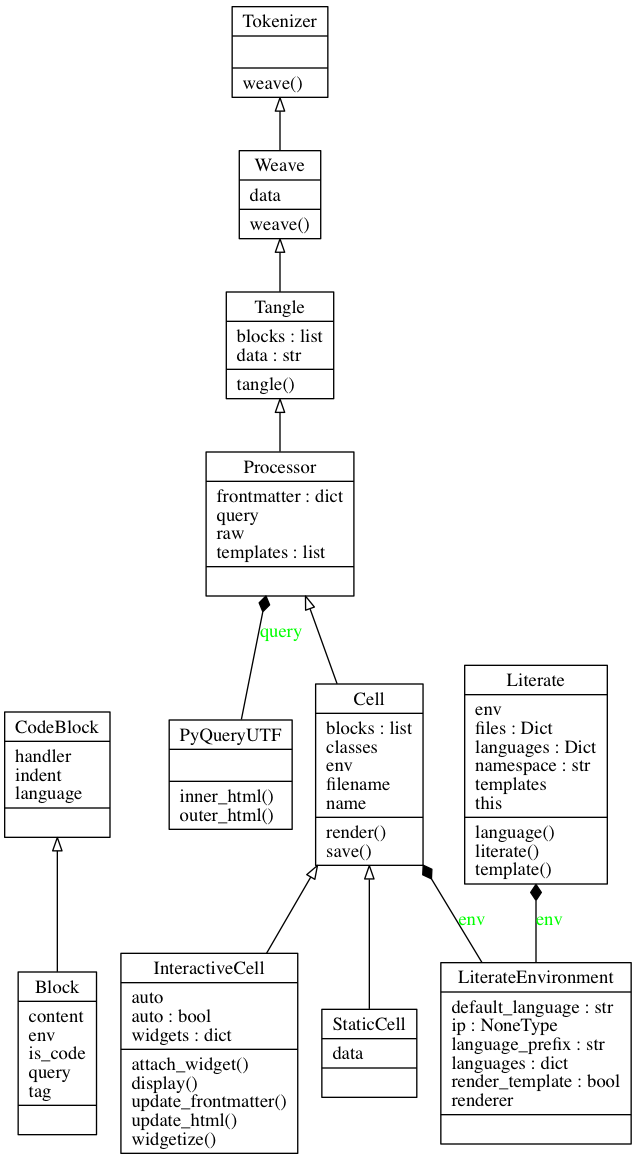
The Graphviz diagram stories/classes_literacy.png in tonyfast/markdownmagic, before a commit. Its source is kept beside it as stories/classes_literacy.dot.
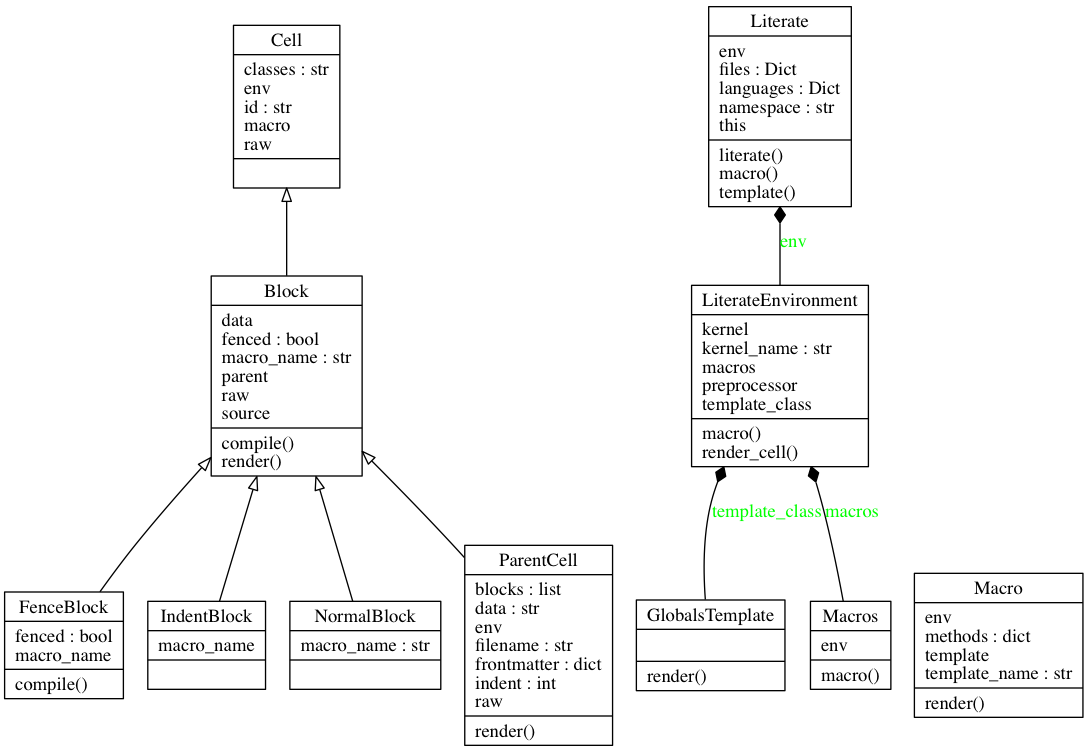
The same file after the commit.

What changed in the source:
```diff
@@ -1,26 +1,24 @@
 digraph "classes_literacy" {
 charset="utf-8"
 rankdir=BT
-"0" [label="{Block|content\lenv\lis_code\lquery\ltag\l|}", shape="record"];
-"1" [label="{Cell|blocks : list\lclasses\lenv\lfilename\lname\l|render()\lsave()\l}", shape="record"];
-"2" [label="{CodeBlock|handler\lindent\llanguage\l|}", shape="record"];
-"3" [label="{InteractiveCell|auto\lauto : bool\lwidgets : dict\l|attach_widget()\ldisplay()\lupdate_frontmatter()\lupdate_html()\lwidgetize()\l}", shape="record"];
-"4" [label="{Literate|env\lfiles : Dict\llanguages : Dict\lnamespace : str\ltemplates\lthis\l|language()\lliterate()\ltemplate()\l}", shape="record"];
-"5" [label="{LiterateEnvironment|default_language : str\lip : NoneType\llanguage_prefix : str\llanguages : dict\lrender_template : bool\lrenderer\l|}", shape="record"];
-"6" [label="{Processor|frontmatter : dict\lquery\lraw\ltemplates : list\l|}", shape="record"];
-"7" [label="{PyQueryUTF|\l|inner_html()\louter_html()\l}", shape="record"];
-"8" [label="{StaticCell|data\l|}", shape="record"];
-"9" [label="{Tangle|blocks : list\ldata : str\l|tangle()\l}", shape="record"];
-"10" [label="{Tokenizer|\l|weave()\l}", shape="record"];
-"11" [label="{Weave|data\l|weave()\l}", shape="record"];
-"0" -> "2" [arrowhead="empty", arrowtail="none"];
-"1" -> "6" [arrowhead="empty", arrowtail="none"];
-"3" -> "1" [arrowhead="empty", arrowtail="none"];
-"6" -> "9" [arrowhead="empty", arrowtail="none"];
-"8" -> "1" [arrowhead="empty", arrowtail="none"];
-"9" -> "11" [arrowhead="empty", arrowtail="none"];
-"11" -> "10" [arrowhead="empty", arrowtail="none"];
-"5" -> "1" [arrowhead="diamond", arrowtail="none", fontcolor="green", label="env", style="solid"];
-"5" -> "4" [arrowhead="diamond", arrowtail="none", fontcolor="green", label="env", style="solid"];
-"7" -> "6" [arrowhead="diamond", arrowtail="none", fontcolor="green", label="query", style="solid"];
+"0" [label="{Block|data\lfenced : bool\lmacro_name : str\lparent\lraw\lsource\l|compile()\lrender()\l}", shape="record"];
+"1" [label="{Cell|classes : str\lenv\lid : str\lmacro\lraw\l|}", shape="record"];
+"2" [label="{FenceBlock|fenced : bool\lmacro_name\l|compile()\l}", shape="record"];
+"3" [label="{GlobalsTemplate|\l|render()\l}", shape="record"];
+"4" [label="{IndentBlock|macro_name\l|}", shape="record"];
+"5" [label="{InteractiveCell|auto\lauto : bool\lwidgets : dict\l|attach_widget()\ldisplay()\lupdate_frontmatter()\lupdate_html()\lwidgetize()\l}", shape="record"];
+"6" [label="{Literate|env\lfiles : Dict\llanguages : Dict\lnamespace : str\lthis\l|literate()\lmacro()\ltemplate()\l}", shape="record"];
+"7" [label="{LiterateEnvironment|kernel\lkernel_name : str\lmacros\lpreprocessor\ltemplate_class\l|macro()\lrender_cell()\l}", shape="record"];
+"8" [label="{Macro|env\lmethods : dict\ltemplate\ltemplate_name : str\l|render()\l}", shape="record"];
+"9" [label="{Macros|env\l|macro()\l}", shape="record"];
+"10" [label="{NormalBlock|macro_name : str\l|}", shape="record"];
+"11" [label="{ParentCell|blocks : list\ldata : str\lenv\lfilename : str\lfrontmatter : dict\lindent : int\lraw\l|render()\l}", shape="record"];
+"0" -> "1" [arrowhead="empty", arrowtail="none"];
+"2" -> "0" [arrowhead="empty", arrowtail="none"];
+"4" -> "0" [arrowhead="empty", arrowtail="none"];
+"10" -> "0" [arrowhead="empty", arrowtail="none"];
+"11" -> "0" [arrowhead="empty", arrowtail="none"];
+"3" -> "7" [arrowhead="diamond", arrowtail="none", fontcolor="green", label="template_class", style="solid"];
+"7" -> "6" [arrowhead="diamond", arrowtail="none", fontcolor="green", label="env", style="solid"];
+"9" -> "7" [arrowhead="diamond", arrowtail="none", fontcolor="green", label="macros", style="solid"];
 }
```
